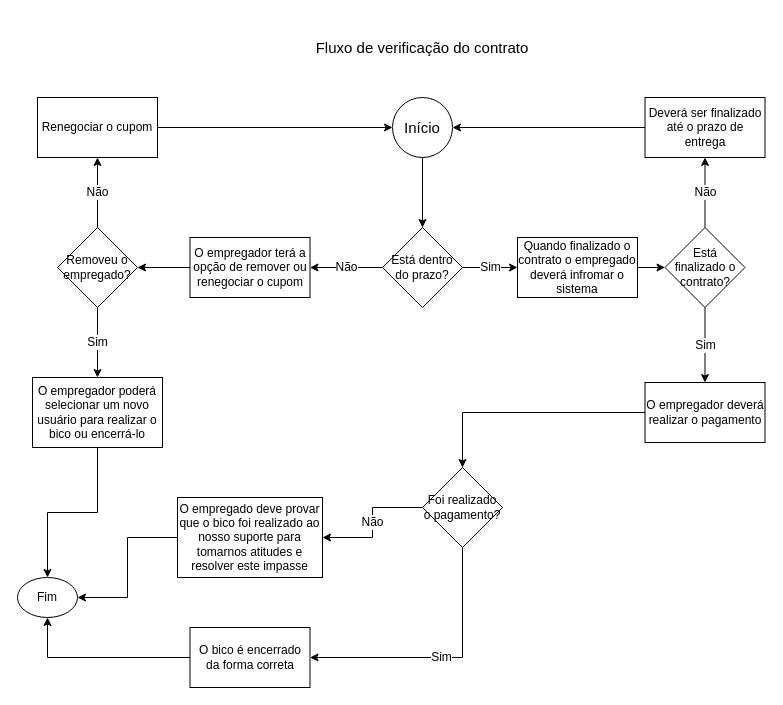
viniciuS-Simizu-reg1sem2021/fub_ofc2 keeps this draw.io diagram as .gitlab/fluxo-verificao.drawio. Above is the earlier version. Source tidied: cells renumbered, new cells numbered last; positions are measured from the earlier drawing's top-left corner, leaving out a move shared by most shapes. Both pictures are drawn from the tidied source at 100%, with x=0, y=0 at pixel (17, 17).
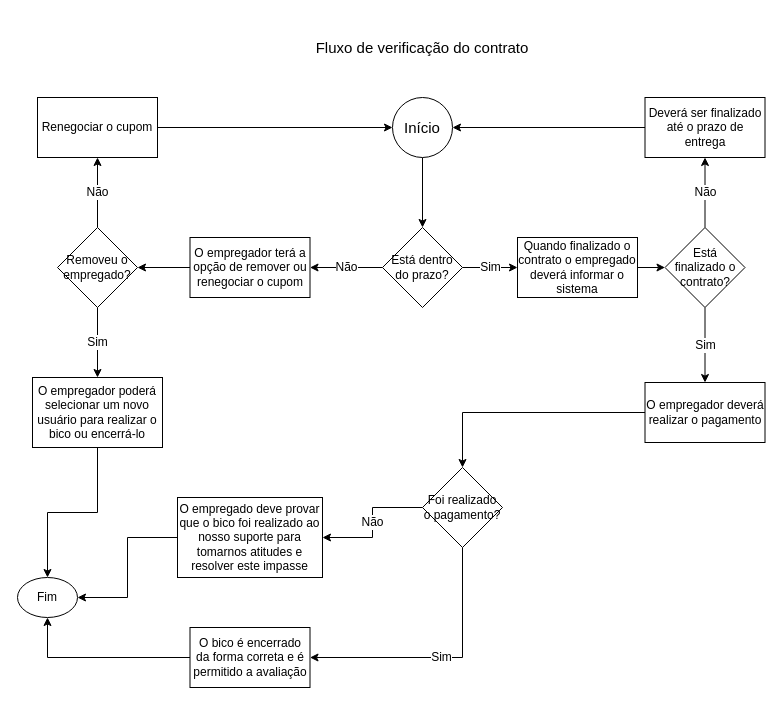
Above is the later version.

The edit, as a diff of the source:
```diff
@@
-    <mxCell id="28" value="O bico é encerrado da forma correta" style="rounded=0;whiteSpace=wrap;html=1;fontSize=12;" parent="1" vertex="1">
+    <mxCell id="28" value="O bico é encerrado da forma correta e é permitido a avaliação" style="rounded=0;whiteSpace=wrap;html=1;fontSize=12;" parent="1" vertex="1">
       <mxGeometry x="172.5" y="610" width="120" height="60" as="geometry" />
     </mxCell>
@@
-    <mxCell id="33" value="Quando finalizado o contrato o empregado deverá infromar o sistema" style="rounded=0;whiteSpace=wrap;html=1;fontSize=12;" parent="1" vertex="1">
+    <mxCell id="33" value="Quando finalizado o contrato o empregado deverá informar o sistema" style="rounded=0;whiteSpace=wrap;html=1;fontSize=12;" parent="1" vertex="1">
       <mxGeometry x="500" y="220" width="120" height="60" as="geometry" />
     </mxCell>
```
